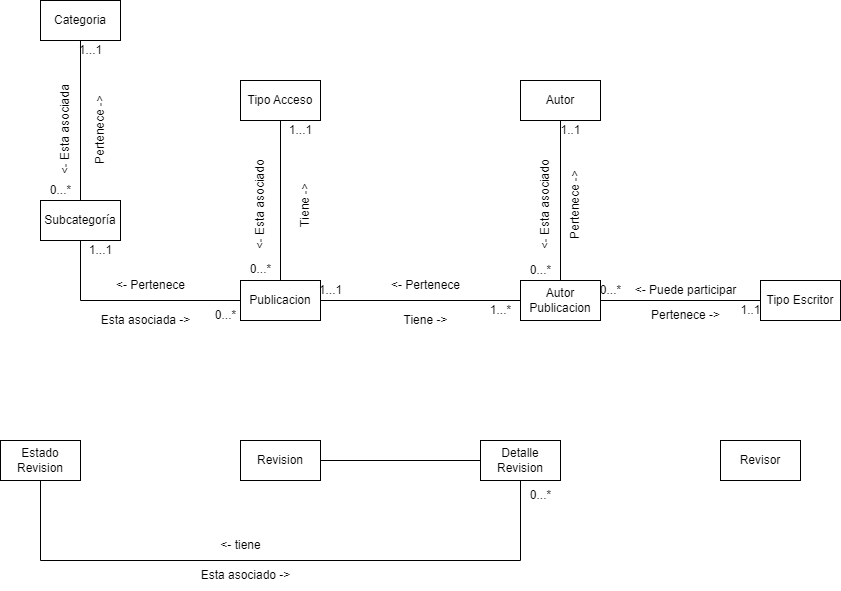
Above: ModeloDeDominio.drawio.png in Seletex/DOO-Hola-Personal (draw.io), before the change. Source tidied: cells renumbered, new cells last; positions are measured from the earlier drawing's top-left corner, leaving out a move shared by most shapes.
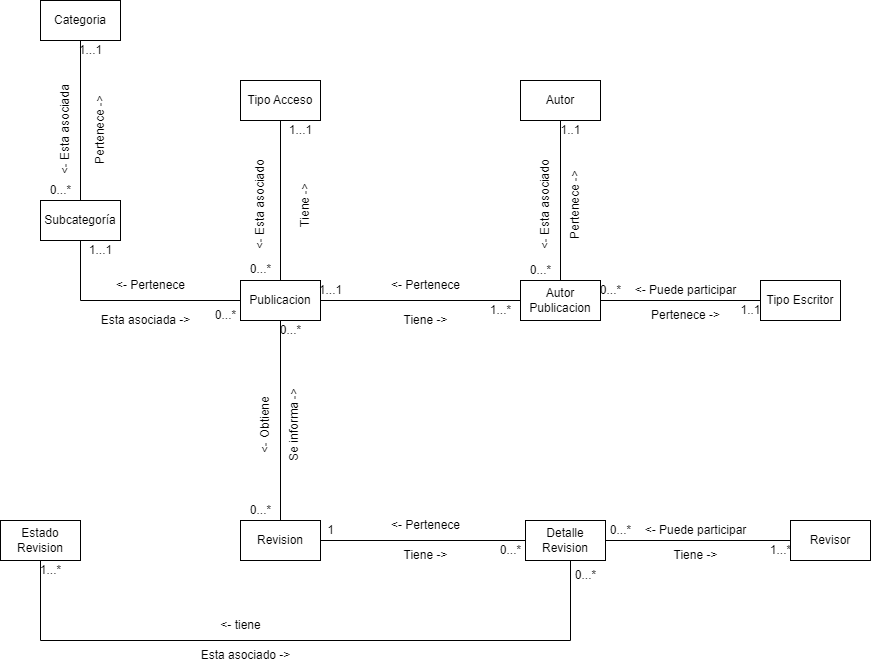
After the commit.

The edit, as a diff of the source:
```diff
@@ -27,6 +27,9 @@
     <mxCell id="8" style="edgeStyle=orthogonalEdgeStyle;rounded=0;jettySize=auto;html=1;endArrow=none;endFill=0;" parent="1" edge="1" source="9" target="25">
       <mxGeometry relative="1" as="geometry" />
     </mxCell>
+    <mxCell id="48" style="edgeStyle=orthogonalEdgeStyle;rounded=0;jettySize=auto;html=1;endArrow=none;endFill=0;" parent="1" edge="1" source="9" target="40">
+      <mxGeometry relative="1" as="geometry" />
+    </mxCell>
     <mxCell id="9" value="Publicacion" style="rounded=0;whiteSpace=wrap;html=1;" parent="1" vertex="1">
       <mxGeometry x="240" y="280" width="80" height="40" as="geometry" />
     </mxCell>
@@ -121,33 +124,75 @@
       <mxGeometry relative="1" as="geometry" />
     </mxCell>
     <mxCell id="40" value="Revision" style="rounded=0;whiteSpace=wrap;html=1;" parent="1" vertex="1">
-      <mxGeometry x="240" y="440" width="80" height="40" as="geometry" />
+      <mxGeometry x="240" y="520" width="80" height="40" as="geometry" />
     </mxCell>
     <mxCell id="41" style="edgeStyle=orthogonalEdgeStyle;rounded=0;jettySize=auto;html=1;endArrow=none;endFill=0;" parent="1" edge="1" source="42" target="43">
       <mxGeometry relative="1" as="geometry">
         <Array as="points">
-          <mxPoint x="40" y="560" />
-          <mxPoint x="520" y="560" />
+          <mxPoint x="40" y="640" />
+          <mxPoint x="570" y="640" />
         </Array>
       </mxGeometry>
     </mxCell>
     <mxCell id="42" value="Estado Revision" style="rounded=0;whiteSpace=wrap;html=1;" parent="1" vertex="1">
-      <mxGeometry y="440" width="80" height="40" as="geometry" />
+      <mxGeometry y="520" width="80" height="40" as="geometry" />
     </mxCell>
     <mxCell id="43" value="Detalle Revision" style="rounded=0;whiteSpace=wrap;html=1;" parent="1" vertex="1">
-      <mxGeometry x="480" y="440" width="80" height="40" as="geometry" />
+      <mxGeometry x="525" y="520" width="80" height="40" as="geometry" />
     </mxCell>
+    <mxCell id="49" style="edgeStyle=orthogonalEdgeStyle;rounded=0;jettySize=auto;html=1;endArrow=none;endFill=0;" parent="1" edge="1" source="44" target="43">
+      <mxGeometry relative="1" as="geometry" />
+    </mxCell>
     <mxCell id="44" value="Revisor" style="rounded=0;whiteSpace=wrap;html=1;" parent="1" vertex="1">
-      <mxGeometry x="720" y="440" width="80" height="40" as="geometry" />
+      <mxGeometry x="790" y="520" width="80" height="40" as="geometry" />
     </mxCell>
     <mxCell id="45" value="&amp;lt;- tiene" style="text;html=1;align=center;verticalAlign=middle;strokeColor=none;fillColor=none;rotation=0;" parent="1" vertex="1">
-      <mxGeometry x="210" y="530" width="60" height="30" as="geometry" />
+      <mxGeometry x="210" y="610" width="60" height="30" as="geometry" />
     </mxCell>
     <mxCell id="46" value="Esta asociado -&amp;gt;" style="text;html=1;align=center;verticalAlign=middle;strokeColor=none;fillColor=none;rotation=0;" parent="1" vertex="1">
-      <mxGeometry x="190" y="560" width="110" height="30" as="geometry" />
+      <mxGeometry x="190" y="640" width="110" height="30" as="geometry" />
     </mxCell>
     <mxCell id="47" value="0...*" style="text;html=1;align=center;verticalAlign=middle;strokeColor=none;fillColor=none;" parent="1" vertex="1">
-      <mxGeometry x="520" y="480" width="40" height="30" as="geometry" />
+      <mxGeometry x="565" y="560" width="40" height="30" as="geometry" />
     </mxCell>
+    <mxCell id="50" value="&amp;lt;- Obtiene" style="text;html=1;align=center;verticalAlign=middle;strokeColor=none;fillColor=none;rotation=-90;" parent="1" vertex="1">
+      <mxGeometry x="225" y="410" width="80" height="30" as="geometry" />
+    </mxCell>
+    <mxCell id="51" value="0...*" style="text;html=1;align=center;verticalAlign=middle;strokeColor=none;fillColor=none;" parent="1" vertex="1">
+      <mxGeometry x="240" y="495" width="40" height="30" as="geometry" />
+    </mxCell>
+    <mxCell id="52" value="Se informa -&amp;gt;" style="text;html=1;align=center;verticalAlign=middle;strokeColor=none;fillColor=none;rotation=-90;" parent="1" vertex="1">
+      <mxGeometry x="244" y="410" width="100" height="30" as="geometry" />
+    </mxCell>
+    <mxCell id="53" value="0...*" style="text;html=1;align=center;verticalAlign=middle;strokeColor=none;fillColor=none;" parent="1" vertex="1">
+      <mxGeometry x="270" y="315" width="40" height="30" as="geometry" />
+    </mxCell>
+    <mxCell id="54" value="Tiene -&amp;gt;" style="text;html=1;align=center;verticalAlign=middle;strokeColor=none;fillColor=none;rotation=0;" parent="1" vertex="1">
+      <mxGeometry x="390" y="540" width="70" height="30" as="geometry" />
+    </mxCell>
+    <mxCell id="55" value="0...*" style="text;html=1;align=center;verticalAlign=middle;strokeColor=none;fillColor=none;" parent="1" vertex="1">
+      <mxGeometry x="490" y="535" width="40" height="30" as="geometry" />
+    </mxCell>
+    <mxCell id="56" value="&amp;lt;- Pertenece" style="text;html=1;align=center;verticalAlign=middle;strokeColor=none;fillColor=none;rotation=0;" parent="1" vertex="1">
+      <mxGeometry x="380" y="510" width="90" height="30" as="geometry" />
+    </mxCell>
+    <mxCell id="57" value="1" style="text;html=1;align=center;verticalAlign=middle;strokeColor=none;fillColor=none;" parent="1" vertex="1">
+      <mxGeometry x="315" y="515" width="30" height="30" as="geometry" />
+    </mxCell>
+    <mxCell id="58" value="Tiene -&amp;gt;" style="text;html=1;align=center;verticalAlign=middle;strokeColor=none;fillColor=none;rotation=0;" parent="1" vertex="1">
+      <mxGeometry x="660" y="540" width="70" height="30" as="geometry" />
+    </mxCell>
+    <mxCell id="59" value="1...*" style="text;html=1;align=center;verticalAlign=middle;strokeColor=none;fillColor=none;" parent="1" vertex="1">
+      <mxGeometry x="760" y="535" width="40" height="30" as="geometry" />
+    </mxCell>
+    <mxCell id="60" value="&amp;lt;- Puede participar" style="text;html=1;align=center;verticalAlign=middle;strokeColor=none;fillColor=none;rotation=0;" parent="1" vertex="1">
+      <mxGeometry x="630" y="515" width="130" height="30" as="geometry" />
+    </mxCell>
+    <mxCell id="61" value="0...*" style="text;html=1;align=center;verticalAlign=middle;strokeColor=none;fillColor=none;" parent="1" vertex="1">
+      <mxGeometry x="600" y="515" width="40" height="30" as="geometry" />
+    </mxCell>
+    <mxCell id="62" value="1...*" style="text;html=1;align=center;verticalAlign=middle;strokeColor=none;fillColor=none;" parent="1" vertex="1">
+      <mxGeometry x="30" y="555" width="40" height="30" as="geometry" />
+    </mxCell>
   </root>
 </mxGraphModel>
```
